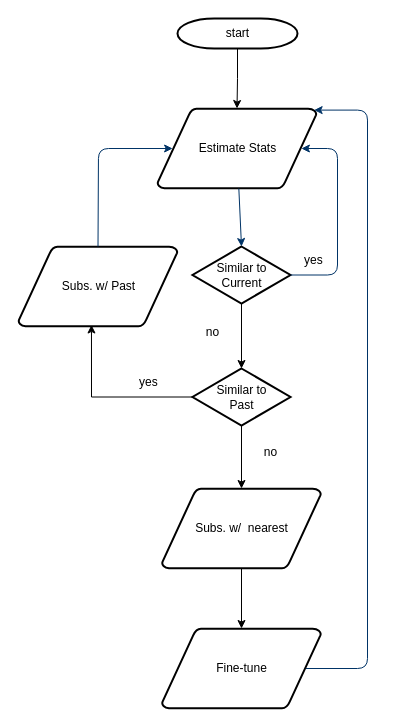
Before: algorithmic.drawio in slahmer97/costoflearning, a draw.io diagram. Source tidied: cells renumbered, new cells numbered last; positions are measured from the earlier drawing's top-left corner, leaving out a move shared by most shapes. Both pictures are drawn from the tidied source at 100%, with x=0, y=0 at pixel (18, 18).
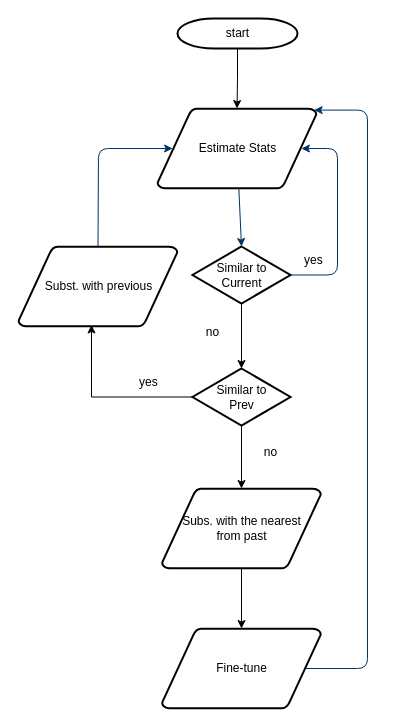
The same diagram, later.

Change to the diagram source:
```diff
@@
-    <mxCell id="3" value="Subs. w/ Past" style="shape=mxgraph.flowchart.data;strokeWidth=2;gradientColor=none;gradientDirection=north;fontStyle=0;html=1;" parent="1" vertex="1">
+    <mxCell id="3" value="Subst. with previous" style="shape=mxgraph.flowchart.data;strokeWidth=2;gradientColor=none;gradientDirection=north;fontStyle=0;html=1;" parent="1" vertex="1">
       <mxGeometry y="228" width="159" height="80" as="geometry" />
     </mxCell>
@@
-    <mxCell id="12" value="&lt;div&gt;Similar to &lt;br&gt;&lt;/div&gt;&lt;div&gt;Past&lt;br&gt;&lt;/div&gt;" style="shape=mxgraph.flowchart.decision;strokeWidth=2;gradientColor=none;gradientDirection=north;fontStyle=0;html=1;" parent="1" vertex="1">
+    <mxCell id="12" value="&lt;div&gt;Similar to &lt;br&gt;&lt;/div&gt;&lt;div&gt;Prev&lt;br&gt;&lt;/div&gt;" style="shape=mxgraph.flowchart.decision;strokeWidth=2;gradientColor=none;gradientDirection=north;fontStyle=0;html=1;" parent="1" vertex="1">
       <mxGeometry x="174" y="350" width="98" height="57" as="geometry" />
     </mxCell>
@@
-    <mxCell id="17" value="Subs. w/&amp;nbsp; nearest" style="shape=mxgraph.flowchart.data;strokeWidth=2;gradientColor=none;gradientDirection=north;fontStyle=0;html=1;" parent="1" vertex="1">
+    <mxCell id="17" value="&lt;div&gt;Subs. with the nearest&lt;/div&gt;&lt;div&gt;from past&lt;br&gt;&lt;/div&gt;" style="shape=mxgraph.flowchart.data;strokeWidth=2;gradientColor=none;gradientDirection=north;fontStyle=0;html=1;" parent="1" vertex="1">
       <mxGeometry x="143.5" y="470" width="159" height="80" as="geometry" />
     </mxCell>
```
